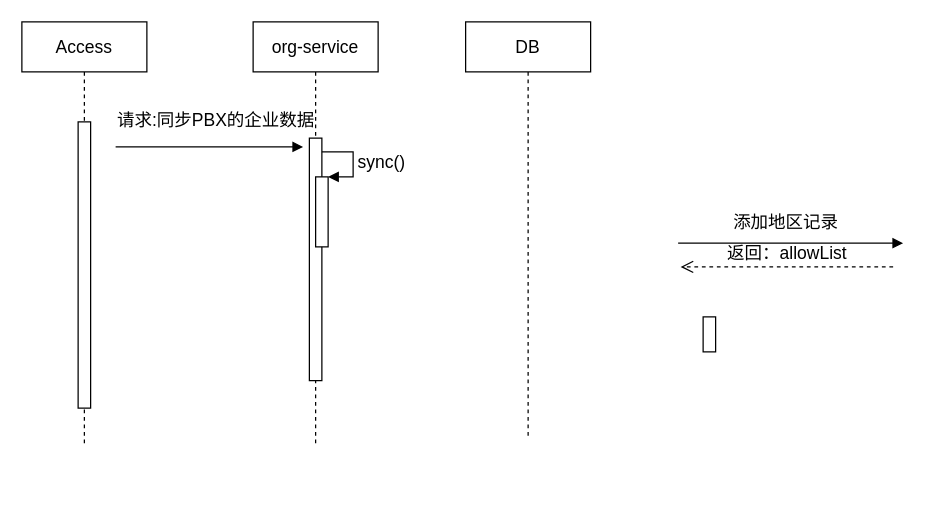
Earlier version of the draw.io diagram page "sequence-updateArea" (4 of 5) of CDRS/module-design.drawio (waterwatermelon/graph). Source tidied: cells renumbered, new cells numbered last; positions are measured from the earlier drawing's top-left corner, leaving out a move shared by most shapes. Both pictures are drawn from the tidied source at 125%, with x=0, y=0 at pixel (21, 21).
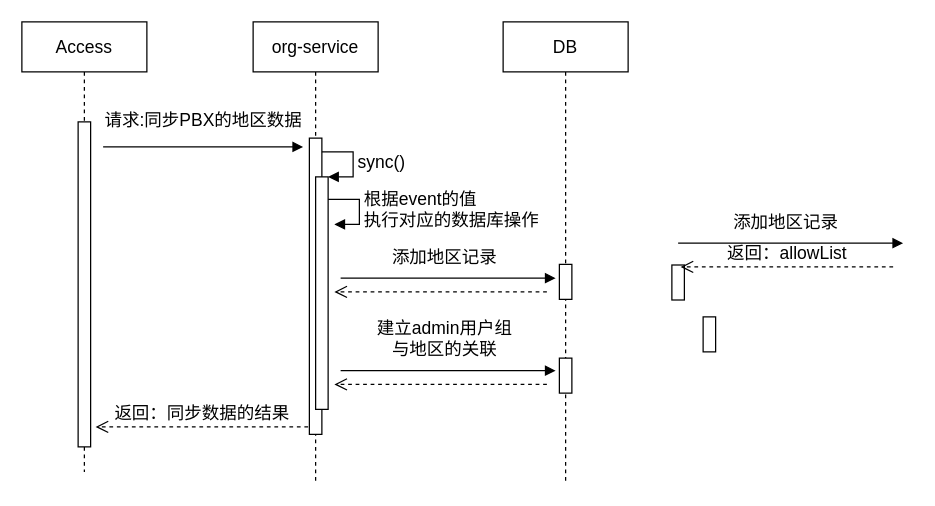
After the change.

What changed in the source:
```diff
@@
     <mxCell id="2" value="org-service" style="shape=umlLifeline;perimeter=lifelinePerimeter;whiteSpace=wrap;html=1;fontSize=14;" parent="1" vertex="1">
-      <mxGeometry x="185" width="100" height="340" as="geometry" />
+      <mxGeometry x="185" width="100" height="370" as="geometry" />
     </mxCell>
     <mxCell id="3" style="html=1;perimeter=orthogonalPerimeter;fontSize=14;" parent="2" vertex="1">
-      <mxGeometry x="45" y="93" width="10" height="194" as="geometry" />
+      <mxGeometry x="45" y="93" width="10" height="237" as="geometry" />
     </mxCell>
     <mxCell id="4" value="DB" style="shape=umlLifeline;perimeter=lifelinePerimeter;whiteSpace=wrap;html=1;fontSize=14;" parent="1" vertex="1">
-      <mxGeometry x="355" width="100" height="332" as="geometry" />
+      <mxGeometry x="385" width="100" height="370" as="geometry" />
     </mxCell>
+    <mxCell id="13" style="html=1;perimeter=orthogonalPerimeter;fontSize=14;" parent="4" vertex="1">
+      <mxGeometry x="45" y="194" width="10" height="28" as="geometry" />
+    </mxCell>
+    <mxCell id="14" style="html=1;perimeter=orthogonalPerimeter;fontSize=14;" parent="4" vertex="1">
+      <mxGeometry x="135" y="194.5" width="10" height="28" as="geometry" />
+    </mxCell>
-    <mxCell id="5" value="请求:同步PBX的企业数据" style="html=1;verticalAlign=bottom;endArrow=block;fontSize=14;" parent="1" edge="1">
-      <mxGeometry x="0.06" y="10" relative="1" as="geometry">
-        <mxPoint x="75" y="100" as="sourcePoint" />
+    <mxCell id="5" value="请求:同步PBX的地区数据" style="html=1;verticalAlign=bottom;endArrow=block;fontSize=14;" parent="1" edge="1">
+      <mxGeometry y="10" relative="1" as="geometry">
+        <mxPoint x="65" y="100" as="sourcePoint" />
         <mxPoint x="225" y="100" as="targetPoint" />
       </mxGeometry>
     </mxCell>
     <mxCell id="6" value="Access" style="shape=umlLifeline;perimeter=lifelinePerimeter;whiteSpace=wrap;html=1;fontSize=14;" parent="1" vertex="1">
-      <mxGeometry width="100" height="340" as="geometry" />
+      <mxGeometry width="100" height="360" as="geometry" />
     </mxCell>
     <mxCell id="7" style="html=1;perimeter=orthogonalPerimeter;fontSize=14;" parent="6" vertex="1">
-      <mxGeometry x="45" y="80" width="10" height="229" as="geometry" />
+      <mxGeometry x="45" y="80" width="10" height="260" as="geometry" />
     </mxCell>
@@
     <mxCell id="11" style="html=1;points=[];perimeter=orthogonalPerimeter;fontSize=14;" parent="1" vertex="1">
-      <mxGeometry x="235" y="124" width="10" height="56" as="geometry" />
+      <mxGeometry x="235" y="124" width="10" height="186" as="geometry" />
     </mxCell>
@@
+    <mxCell id="15" value="根据event的值&lt;br&gt;执行对应的数据库操作" style="edgeStyle=orthogonalEdgeStyle;html=1;align=left;spacingLeft=2;endArrow=block;rounded=0;entryX=1;entryY=0;fontSize=14;" parent="1" edge="1">
+      <mxGeometry relative="1" as="geometry">
+        <mxPoint x="245" y="142" as="sourcePoint" />
+        <mxPoint x="250" y="162" as="targetPoint" />
+        <Array as="points">
+          <mxPoint x="270" y="142" />
+        </Array>
+      </mxGeometry>
+    </mxCell>
+    <mxCell id="16" value="添加地区记录" style="html=1;verticalAlign=bottom;endArrow=block;fontSize=14;" parent="1" edge="1">
+      <mxGeometry x="-0.04" y="6" relative="1" as="geometry">
+        <mxPoint x="255" y="205" as="sourcePoint" />
+        <mxPoint x="427" y="205" as="targetPoint" />
+      </mxGeometry>
+    </mxCell>
+    <mxCell id="17" style="html=1;verticalAlign=bottom;endArrow=open;dashed=1;endSize=8;fontSize=14;" parent="1" edge="1">
+      <mxGeometry relative="1" as="geometry">
+        <mxPoint x="420" y="216" as="sourcePoint" />
+        <mxPoint x="250" y="216" as="targetPoint" />
+      </mxGeometry>
+    </mxCell>
+    <mxCell id="18" style="html=1;perimeter=orthogonalPerimeter;fontSize=14;" parent="1" vertex="1">
+      <mxGeometry x="430" y="269" width="10" height="28" as="geometry" />
+    </mxCell>
+    <mxCell id="19" value="建立admin用户组&lt;br&gt;与地区的关联" style="html=1;verticalAlign=bottom;endArrow=block;fontSize=14;" parent="1" edge="1">
+      <mxGeometry x="-0.04" y="6" relative="1" as="geometry">
+        <mxPoint x="255" y="279" as="sourcePoint" />
+        <mxPoint x="427" y="279" as="targetPoint" />
+      </mxGeometry>
+    </mxCell>
+    <mxCell id="20" style="html=1;verticalAlign=bottom;endArrow=open;dashed=1;endSize=8;fontSize=14;" parent="1" edge="1">
+      <mxGeometry relative="1" as="geometry">
+        <mxPoint x="420" y="290" as="sourcePoint" />
+        <mxPoint x="250" y="290" as="targetPoint" />
+      </mxGeometry>
+    </mxCell>
+    <mxCell id="21" value="返回：同步数据的结果" style="html=1;verticalAlign=bottom;endArrow=open;dashed=1;endSize=8;fontSize=14;" parent="1" edge="1">
+      <mxGeometry relative="1" as="geometry">
+        <mxPoint x="229" y="324" as="sourcePoint" />
+        <mxPoint x="59" y="324" as="targetPoint" />
+      </mxGeometry>
+    </mxCell>
```
